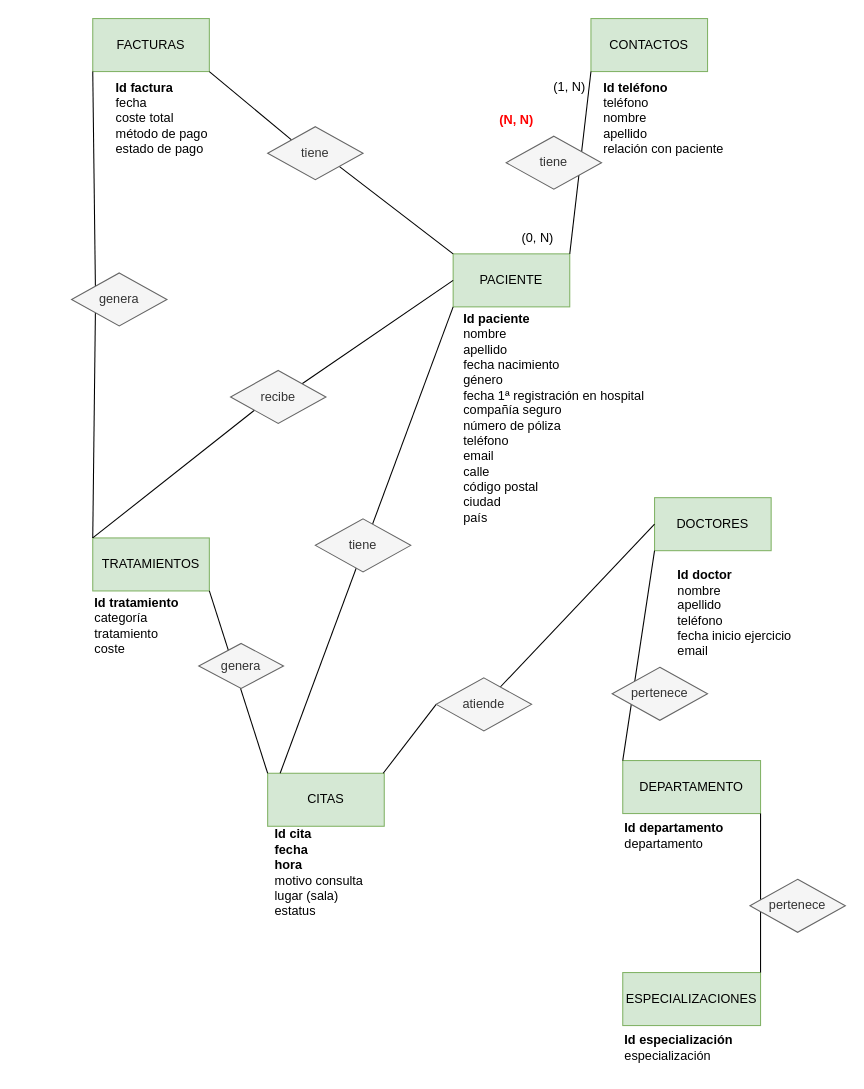
Above: Proyecto/Hospital management.drawio in mocihu-source/CIFO-laVioleta-SQL-BBDD (draw.io), before the change. Source tidied: cells renumbered, new cells numbered last; positions are measured from the earlier drawing's top-left corner, leaving out a move shared by most shapes. Both pictures are drawn from the tidied source at 106%, with x=0, y=0 at pixel (71, 18).
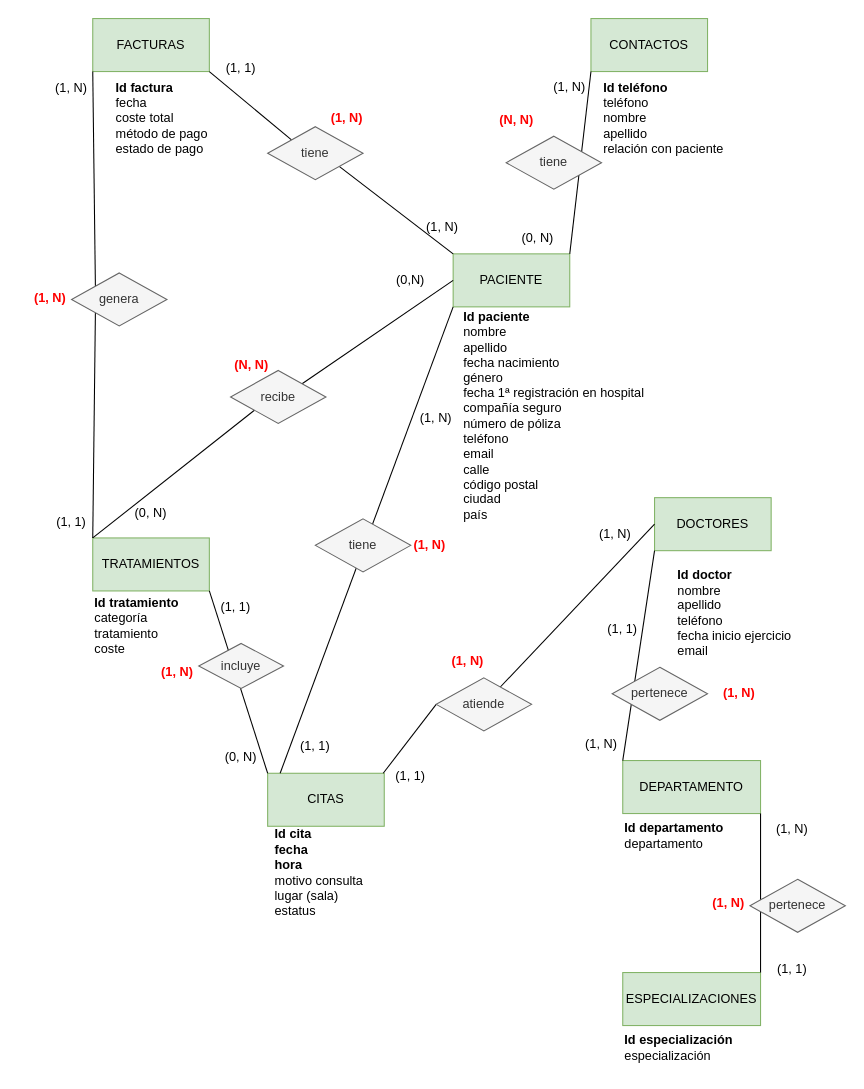
Above is the later version.

Commit message:
modelo definitivo con cardinalidades

The edit, as a diff of the source:
```diff
@@
     <mxCell id="17" value="&lt;b&gt;Id paciente&amp;nbsp;&lt;/b&gt;&lt;div&gt;nombre&amp;nbsp;&lt;/div&gt;&lt;div&gt;apellido&lt;/div&gt;&lt;div&gt;fecha nacimiento&lt;/div&gt;&lt;div&gt;género&lt;/div&gt;&lt;div&gt;fecha 1ª registración en hospital&lt;/div&gt;&lt;div&gt;compañía seguro&lt;/div&gt;&lt;div&gt;número de póliza&lt;/div&gt;&lt;div&gt;teléfono&lt;/div&gt;&lt;div&gt;email&lt;/div&gt;&lt;div&gt;calle&lt;/div&gt;&lt;div&gt;código postal&lt;/div&gt;&lt;div&gt;ciudad&amp;nbsp;&lt;/div&gt;&lt;div&gt;país&lt;/div&gt;" style="text;html=1;whiteSpace=wrap;strokeColor=none;fillColor=none;align=left;verticalAlign=middle;rounded=0;" parent="1" vertex="1">
-      <mxGeometry x="367.5" y="279" width="175" height="195" as="geometry" />
+      <mxGeometry x="367.5" y="277" width="175" height="195" as="geometry" />
     </mxCell>
@@
     <mxCell id="21" value="&lt;b&gt;Id factura&lt;/b&gt;&lt;div&gt;fecha&amp;nbsp;&lt;/div&gt;&lt;div&gt;coste total&lt;/div&gt;&lt;div&gt;método de pago&lt;/div&gt;&lt;div&gt;estado de pago&lt;/div&gt;" style="text;html=1;whiteSpace=wrap;strokeColor=none;fillColor=none;align=left;verticalAlign=middle;rounded=0;" parent="1" vertex="1">
-      <mxGeometry x="40" y="50" width="130" height="87.5" as="geometry" />
+      <mxGeometry x="40" y="50" width="90" height="87.5" as="geometry" />
     </mxCell>
@@
-    <mxCell id="37" value="genera" style="rhombus;whiteSpace=wrap;html=1;shapeInside=1;fillColor=#f5f5f5;strokeColor=#666666;fontColor=#333333;" parent="1" vertex="1">
+    <mxCell id="37" value="incluye" style="rhombus;whiteSpace=wrap;html=1;shapeInside=1;fillColor=#f5f5f5;strokeColor=#666666;fontColor=#333333;" parent="1" vertex="1">
       <mxGeometry x="120" y="589.5" width="80" height="42.5" as="geometry" />
     </mxCell>
@@
+    <mxCell id="44" value="(1, N)" style="text;html=1;whiteSpace=wrap;strokeColor=none;fillColor=none;align=center;verticalAlign=middle;rounded=0;" parent="1" vertex="1">
+      <mxGeometry x="320" y="182" width="60" height="30" as="geometry" />
+    </mxCell>
+    <mxCell id="45" value="(1, 1)" style="text;html=1;whiteSpace=wrap;strokeColor=none;fillColor=none;align=center;verticalAlign=middle;rounded=0;" parent="1" vertex="1">
+      <mxGeometry x="130" y="32" width="60" height="30" as="geometry" />
+    </mxCell>
+    <mxCell id="46" value="&lt;b&gt;(1, N)&lt;/b&gt;" style="text;html=1;whiteSpace=wrap;strokeColor=none;fillColor=none;align=center;verticalAlign=middle;rounded=0;fontColor=#FF0000;" parent="1" vertex="1">
+      <mxGeometry x="230" y="78.8" width="60" height="30" as="geometry" />
+    </mxCell>
+    <mxCell id="47" value="(1, N)" style="text;html=1;whiteSpace=wrap;strokeColor=none;fillColor=none;align=center;verticalAlign=middle;rounded=0;" parent="1" vertex="1">
+      <mxGeometry x="-30" y="51" width="60" height="30" as="geometry" />
+    </mxCell>
+    <mxCell id="48" value="(1, 1)" style="text;html=1;whiteSpace=wrap;strokeColor=none;fillColor=none;align=center;verticalAlign=middle;rounded=0;" parent="1" vertex="1">
+      <mxGeometry x="-30" y="460" width="60" height="30" as="geometry" />
+    </mxCell>
+    <mxCell id="49" value="&lt;b&gt;(1, N)&lt;/b&gt;" style="text;html=1;whiteSpace=wrap;strokeColor=none;fillColor=none;align=center;verticalAlign=middle;rounded=0;fontColor=#FF0000;" parent="1" vertex="1">
+      <mxGeometry x="-50" y="249" width="60" height="30" as="geometry" />
+    </mxCell>
+    <mxCell id="50" value="(0,N)" style="text;html=1;whiteSpace=wrap;strokeColor=none;fillColor=none;align=center;verticalAlign=middle;rounded=0;" parent="1" vertex="1">
+      <mxGeometry x="290" y="232" width="60" height="30" as="geometry" />
+    </mxCell>
+    <mxCell id="51" value="(0, N)" style="text;html=1;whiteSpace=wrap;strokeColor=none;fillColor=none;align=center;verticalAlign=middle;rounded=0;" parent="1" vertex="1">
+      <mxGeometry x="45" y="452" width="60" height="30" as="geometry" />
+    </mxCell>
+    <mxCell id="52" value="&lt;b&gt;(N, N)&lt;/b&gt;" style="text;html=1;whiteSpace=wrap;strokeColor=none;fillColor=none;align=center;verticalAlign=middle;rounded=0;fontColor=#FF0000;" parent="1" vertex="1">
+      <mxGeometry x="140" y="312" width="60" height="30" as="geometry" />
+    </mxCell>
+    <mxCell id="53" value="(1, N)" style="text;html=1;whiteSpace=wrap;strokeColor=none;fillColor=none;align=center;verticalAlign=middle;rounded=0;" parent="1" vertex="1">
+      <mxGeometry x="314" y="361.5" width="60" height="30" as="geometry" />
+    </mxCell>
+    <mxCell id="54" value="(1, 1)" style="text;html=1;whiteSpace=wrap;strokeColor=none;fillColor=none;align=center;verticalAlign=middle;rounded=0;" parent="1" vertex="1">
+      <mxGeometry x="200" y="672" width="60" height="30" as="geometry" />
+    </mxCell>
+    <mxCell id="55" value="&lt;b&gt;(1, N)&lt;/b&gt;" style="text;html=1;whiteSpace=wrap;strokeColor=none;fillColor=none;align=center;verticalAlign=middle;rounded=0;fontColor=#FF0000;" parent="1" vertex="1">
+      <mxGeometry x="307.5" y="482" width="60" height="30" as="geometry" />
+    </mxCell>
+    <mxCell id="56" value="(0, N)" style="text;html=1;whiteSpace=wrap;strokeColor=none;fillColor=none;align=center;verticalAlign=middle;rounded=0;" parent="1" vertex="1">
+      <mxGeometry x="130" y="682" width="60" height="30" as="geometry" />
+    </mxCell>
+    <mxCell id="57" value="(1, 1)" style="text;html=1;whiteSpace=wrap;strokeColor=none;fillColor=none;align=center;verticalAlign=middle;rounded=0;" parent="1" vertex="1">
+      <mxGeometry x="125" y="540" width="60" height="30" as="geometry" />
+    </mxCell>
+    <mxCell id="58" value="&lt;b&gt;(1, N)&lt;/b&gt;" style="text;html=1;whiteSpace=wrap;strokeColor=none;fillColor=none;align=center;verticalAlign=middle;rounded=0;fontColor=#FF0000;" parent="1" vertex="1">
+      <mxGeometry x="70" y="602" width="60" height="30" as="geometry" />
+    </mxCell>
+    <mxCell id="59" value="(1, N)" style="text;html=1;whiteSpace=wrap;strokeColor=none;fillColor=none;align=center;verticalAlign=middle;rounded=0;" parent="1" vertex="1">
+      <mxGeometry x="482.5" y="472" width="60" height="30" as="geometry" />
+    </mxCell>
+    <mxCell id="60" value="(1, 1)" style="text;html=1;whiteSpace=wrap;strokeColor=none;fillColor=none;align=center;verticalAlign=middle;rounded=0;" parent="1" vertex="1">
+      <mxGeometry x="290" y="700" width="60" height="30" as="geometry" />
+    </mxCell>
+    <mxCell id="61" value="&lt;b&gt;(1, N)&lt;/b&gt;" style="text;html=1;whiteSpace=wrap;strokeColor=none;fillColor=none;align=center;verticalAlign=middle;rounded=0;fontColor=#FF0000;" parent="1" vertex="1">
+      <mxGeometry x="344" y="591" width="60" height="30" as="geometry" />
+    </mxCell>
+    <mxCell id="62" value="(1, 1)" style="text;html=1;whiteSpace=wrap;strokeColor=none;fillColor=none;align=center;verticalAlign=middle;rounded=0;" parent="1" vertex="1">
+      <mxGeometry x="490" y="561" width="60" height="30" as="geometry" />
+    </mxCell>
+    <mxCell id="63" value="(1, N)" style="text;html=1;whiteSpace=wrap;strokeColor=none;fillColor=none;align=center;verticalAlign=middle;rounded=0;" parent="1" vertex="1">
+      <mxGeometry x="470" y="670" width="60" height="30" as="geometry" />
+    </mxCell>
+    <mxCell id="64" value="&lt;b&gt;(1, N)&lt;/b&gt;" style="text;html=1;whiteSpace=wrap;strokeColor=none;fillColor=none;align=center;verticalAlign=middle;rounded=0;fontColor=#FF0000;" parent="1" vertex="1">
+      <mxGeometry x="600" y="622" width="60" height="30" as="geometry" />
+    </mxCell>
+    <mxCell id="65" value="(1, N)" style="text;html=1;whiteSpace=wrap;strokeColor=none;fillColor=none;align=center;verticalAlign=middle;rounded=0;" parent="1" vertex="1">
+      <mxGeometry x="650" y="750" width="60" height="30" as="geometry" />
+    </mxCell>
+    <mxCell id="66" value="(1, 1)" style="text;html=1;whiteSpace=wrap;strokeColor=none;fillColor=none;align=center;verticalAlign=middle;rounded=0;" parent="1" vertex="1">
+      <mxGeometry x="650" y="882" width="60" height="30" as="geometry" />
+    </mxCell>
+    <mxCell id="67" value="&lt;b&gt;(1, N)&lt;/b&gt;" style="text;html=1;whiteSpace=wrap;strokeColor=none;fillColor=none;align=center;verticalAlign=middle;rounded=0;fontColor=#FF0000;" parent="1" vertex="1">
+      <mxGeometry x="590" y="819.5" width="60" height="30" as="geometry" />
+    </mxCell>
```
